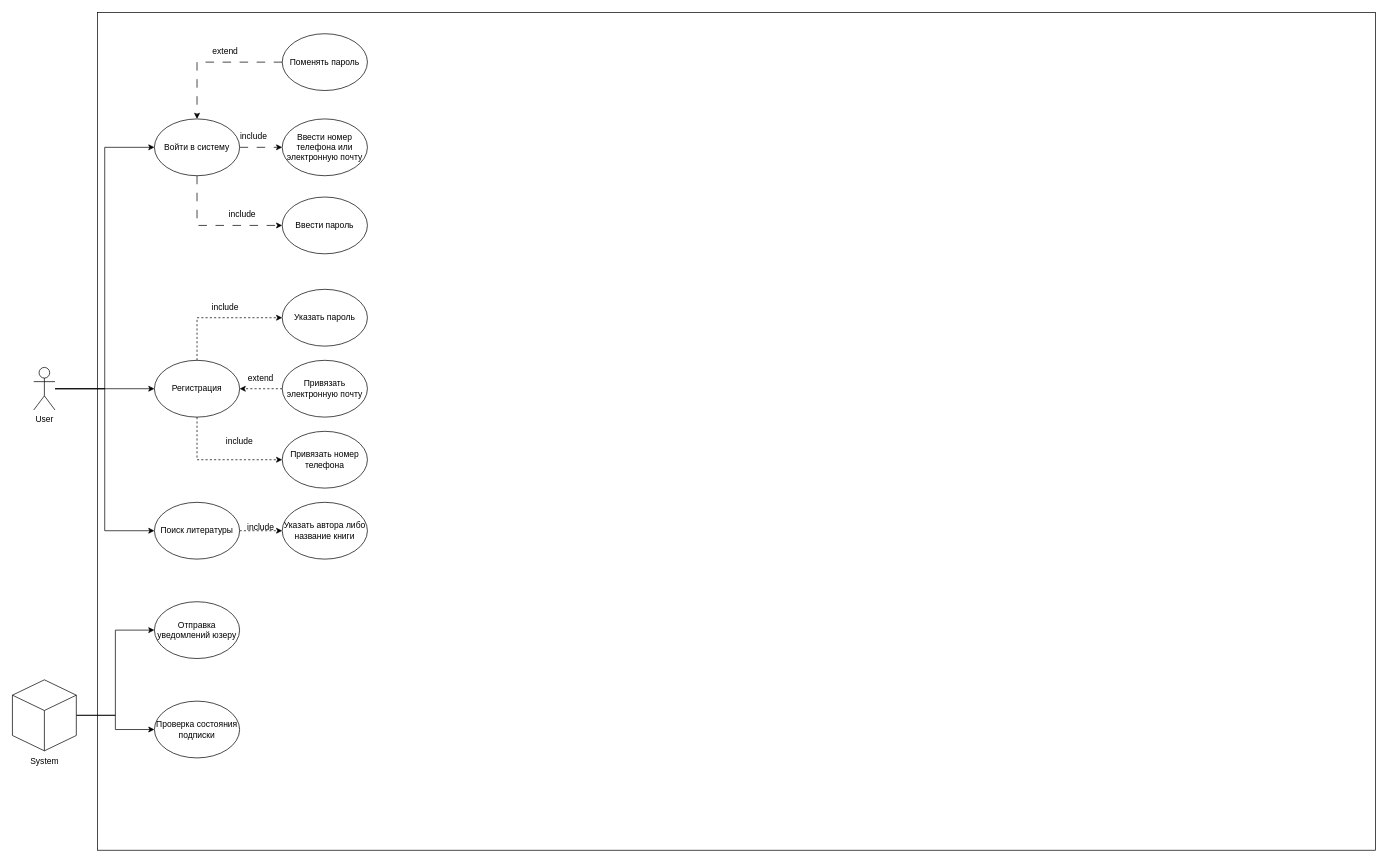
bulkhukou/redesigned-octo-broccoli keeps this draw.io diagram as online_bib.drawio. Above is the earlier version. Source tidied: cells renumbered, new cells numbered last; positions are measured from the earlier drawing's top-left corner, leaving out a move shared by most shapes. Both pictures are drawn from the tidied source at 71%, with x=0, y=0 at pixel (12, 12).
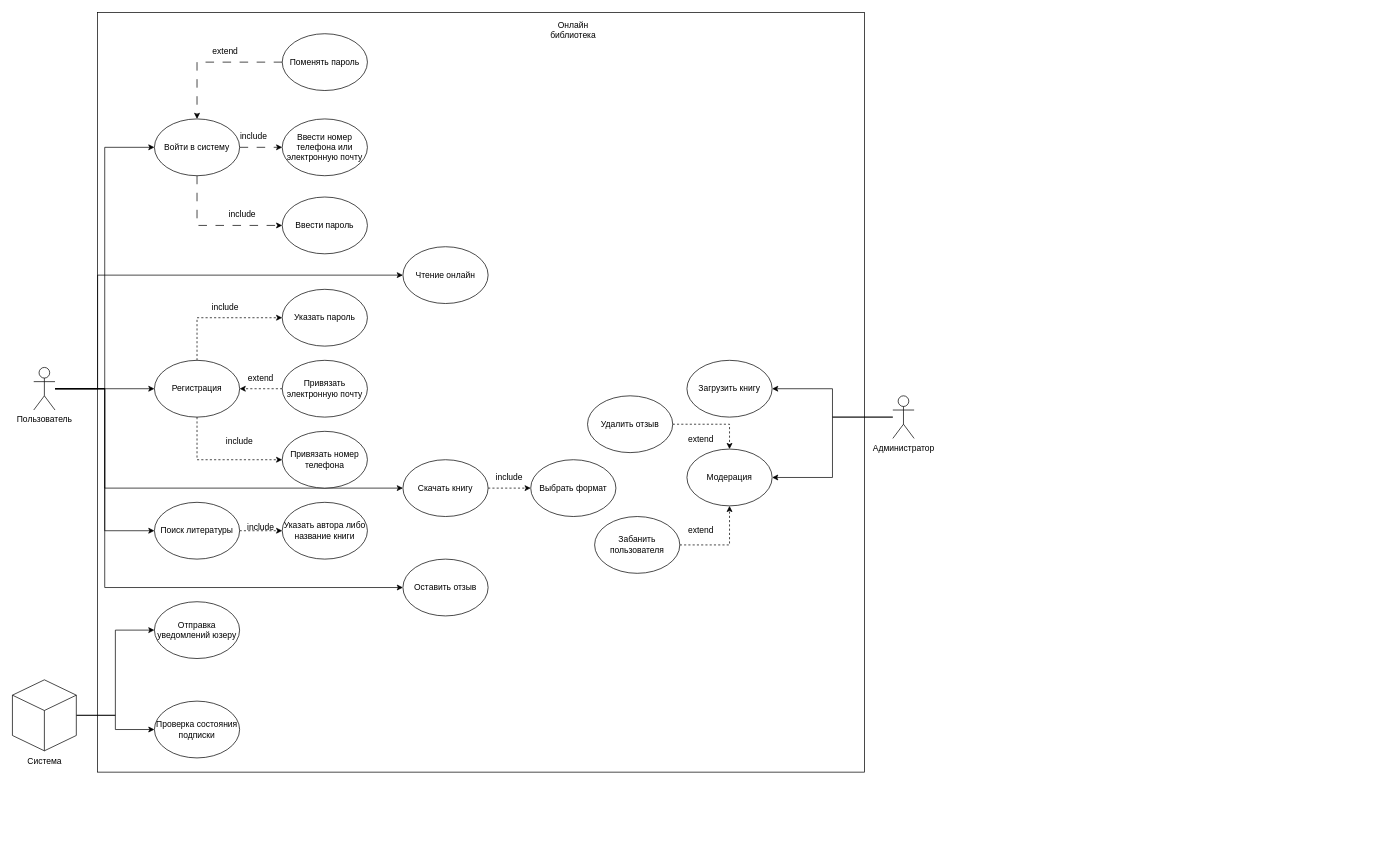
Above is the later version.

What changed in the source:
```diff
@@
     <mxCell id="2" style="rounded=0;whiteSpace=wrap;html=1;" parent="1" vertex="1">
-      <mxGeometry x="120" width="1800" height="1180" as="geometry" />
+      <mxGeometry x="120" width="1080" height="1070" as="geometry" />
     </mxCell>
@@
+    <mxCell id="37" style="edgeStyle=orthogonalEdgeStyle;rounded=0;jettySize=auto;html=1;entryX=0;entryY=0.5;entryDx=0;entryDy=0;" parent="1" edge="1" source="6" target="40">
+      <mxGeometry relative="1" as="geometry">
+        <Array as="points">
+          <mxPoint x="120" y="530" />
+          <mxPoint x="120" y="370" />
+        </Array>
+      </mxGeometry>
+    </mxCell>
+    <mxCell id="38" style="edgeStyle=orthogonalEdgeStyle;rounded=0;jettySize=auto;html=1;entryX=0;entryY=0.5;entryDx=0;entryDy=0;" parent="1" edge="1" source="6" target="42">
+      <mxGeometry relative="1" as="geometry">
+        <Array as="points">
+          <mxPoint x="130" y="530" />
+          <mxPoint x="130" y="670" />
+        </Array>
+      </mxGeometry>
+    </mxCell>
+    <mxCell id="39" style="edgeStyle=orthogonalEdgeStyle;rounded=0;jettySize=auto;html=1;entryX=0;entryY=0.5;entryDx=0;entryDy=0;" parent="1" edge="1" source="6" target="45">
+      <mxGeometry relative="1" as="geometry">
+        <Array as="points">
+          <mxPoint x="130" y="530" />
+          <mxPoint x="130" y="810" />
+        </Array>
+      </mxGeometry>
+    </mxCell>
-    <mxCell id="6" value="User" style="shape=umlActor;verticalLabelPosition=bottom;verticalAlign=top;html=1;outlineConnect=0;" parent="1" vertex="1">
+    <mxCell id="6" value="Пользователь" style="shape=umlActor;verticalLabelPosition=bottom;verticalAlign=top;html=1;outlineConnect=0;" parent="1" vertex="1">
       <mxGeometry x="30" y="500" width="30" height="60" as="geometry" />
     </mxCell>
@@
-    <mxCell id="20" value="System" style="text;html=1;align=center;verticalAlign=middle;strokeColor=none;fillColor=none;" parent="1" vertex="1">
-      <mxGeometry x="15" y="1040" width="60" height="30" as="geometry" />
+    <mxCell id="20" value="Система" style="text;html=1;align=center;verticalAlign=middle;strokeColor=none;fillColor=none;" parent="1" vertex="1">
+      <mxGeometry x="10" y="1040" width="70" height="30" as="geometry" />
     </mxCell>
@@
+    <mxCell id="40" value="Чтение онлайн" style="ellipse;whiteSpace=wrap;html=1;" parent="1" vertex="1">
+      <mxGeometry x="550" y="330" width="120" height="80" as="geometry" />
+    </mxCell>
+    <mxCell id="41" style="edgeStyle=orthogonalEdgeStyle;rounded=0;jettySize=auto;html=1;exitX=1;exitY=0.5;exitDx=0;exitDy=0;entryX=0;entryY=0.5;entryDx=0;entryDy=0;dashed=1;" parent="1" edge="1" source="42" target="43">
+      <mxGeometry relative="1" as="geometry" />
+    </mxCell>
+    <mxCell id="42" value="Скачать книгу" style="ellipse;whiteSpace=wrap;html=1;" parent="1" vertex="1">
+      <mxGeometry x="550" y="630" width="120" height="80" as="geometry" />
+    </mxCell>
+    <mxCell id="43" value="Выбрать формат" style="ellipse;whiteSpace=wrap;html=1;" parent="1" vertex="1">
+      <mxGeometry x="730" y="630" width="120" height="80" as="geometry" />
+    </mxCell>
+    <mxCell id="44" value="include" style="text;html=1;align=center;verticalAlign=middle;whiteSpace=wrap;rounded=0;" parent="1" vertex="1">
+      <mxGeometry x="670" y="640" width="60" height="30" as="geometry" />
+    </mxCell>
+    <mxCell id="45" value="Оставить отзыв" style="ellipse;whiteSpace=wrap;html=1;" parent="1" vertex="1">
+      <mxGeometry x="550" y="770" width="120" height="80" as="geometry" />
+    </mxCell>
+    <mxCell id="46" value="Онлайн библиотека" style="text;html=1;align=center;verticalAlign=middle;whiteSpace=wrap;rounded=0;" parent="1" vertex="1">
+      <mxGeometry x="760" y="10" width="60" height="30" as="geometry" />
+    </mxCell>
+    <mxCell id="47" style="edgeStyle=orthogonalEdgeStyle;rounded=0;jettySize=auto;html=1;entryX=1;entryY=0.5;entryDx=0;entryDy=0;" parent="1" edge="1" source="49" target="50">
+      <mxGeometry relative="1" as="geometry" />
+    </mxCell>
+    <mxCell id="48" style="edgeStyle=orthogonalEdgeStyle;rounded=0;jettySize=auto;html=1;entryX=1;entryY=0.5;entryDx=0;entryDy=0;" parent="1" edge="1" source="49" target="51">
+      <mxGeometry relative="1" as="geometry" />
+    </mxCell>
+    <mxCell id="49" value="Администратор" style="shape=umlActor;verticalLabelPosition=bottom;verticalAlign=top;html=1;outlineConnect=0;" parent="1" vertex="1">
+      <mxGeometry x="1240" y="540" width="30" height="60" as="geometry" />
+    </mxCell>
+    <mxCell id="50" value="Загрузить книгу" style="ellipse;whiteSpace=wrap;html=1;" parent="1" vertex="1">
+      <mxGeometry x="950" y="490" width="120" height="80" as="geometry" />
+    </mxCell>
+    <mxCell id="51" value="Модерация" style="ellipse;whiteSpace=wrap;html=1;" parent="1" vertex="1">
+      <mxGeometry x="950" y="615" width="120" height="80" as="geometry" />
+    </mxCell>
+    <mxCell id="52" style="edgeStyle=orthogonalEdgeStyle;rounded=0;jettySize=auto;html=1;exitX=1;exitY=0.5;exitDx=0;exitDy=0;entryX=0.5;entryY=1;entryDx=0;entryDy=0;dashed=1;" parent="1" edge="1" source="53" target="51">
+      <mxGeometry relative="1" as="geometry" />
+    </mxCell>
+    <mxCell id="53" value="Забанить пользователя" style="ellipse;whiteSpace=wrap;html=1;" parent="1" vertex="1">
+      <mxGeometry x="820" y="710" width="120" height="80" as="geometry" />
+    </mxCell>
+    <mxCell id="54" style="edgeStyle=orthogonalEdgeStyle;rounded=0;jettySize=auto;html=1;entryX=0.5;entryY=0;entryDx=0;entryDy=0;dashed=1;" parent="1" edge="1" source="55" target="51">
+      <mxGeometry relative="1" as="geometry" />
+    </mxCell>
+    <mxCell id="55" value="Удалить отзыв" style="ellipse;whiteSpace=wrap;html=1;" parent="1" vertex="1">
+      <mxGeometry x="810" y="540" width="120" height="80" as="geometry" />
+    </mxCell>
+    <mxCell id="56" value="extend" style="text;html=1;align=center;verticalAlign=middle;whiteSpace=wrap;rounded=0;" parent="1" vertex="1">
+      <mxGeometry x="940" y="586" width="60" height="30" as="geometry" />
+    </mxCell>
+    <mxCell id="57" value="extend" style="text;html=1;align=center;verticalAlign=middle;whiteSpace=wrap;rounded=0;" parent="1" vertex="1">
+      <mxGeometry x="940" y="715" width="60" height="30" as="geometry" />
+    </mxCell>
```
